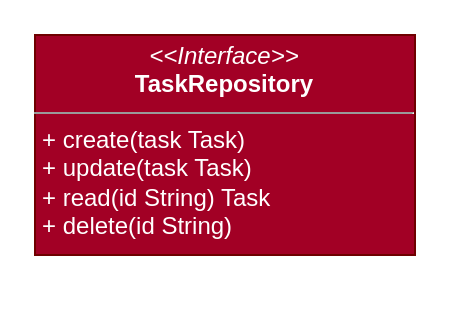
This is page "repositories" (3 of 3) of design.drawio from SpectralJager/life_controll_app, a draw.io file, before an edit. Source tidied: cells renumbered, new cells numbered last; positions are measured from the earlier drawing's top-left corner, leaving out a move shared by most shapes. Both pictures are drawn from the tidied source at 200%, with x=0, y=0 at pixel (34, 34).
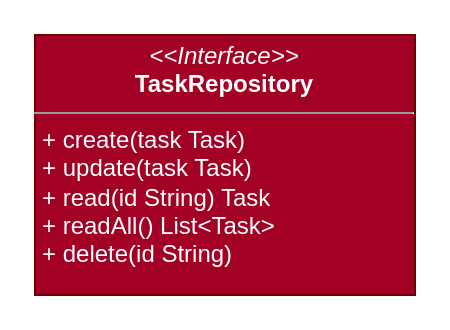
The same page after the edit.

The edit, as a diff of the source:
```diff
@@
 <mxGraphModel>
   <root>
     <mxCell id="0" />
     <mxCell id="1" parent="0" />
-    <mxCell id="2" value="&lt;p style=&quot;margin: 0px ; margin-top: 4px ; text-align: center&quot;&gt;&lt;i&gt;&amp;lt;&amp;lt;Interface&amp;gt;&amp;gt;&lt;/i&gt;&lt;br&gt;&lt;b&gt;TaskRepository&lt;/b&gt;&lt;/p&gt;&lt;hr size=&quot;1&quot;&gt;&lt;p style=&quot;margin: 0px ; margin-left: 4px&quot;&gt;+ create(task Task)&lt;/p&gt;&lt;p style=&quot;margin: 0px ; margin-left: 4px&quot;&gt;+ update(task Task)&lt;/p&gt;&lt;p style=&quot;margin: 0px ; margin-left: 4px&quot;&gt;+ read(id String) Task&lt;/p&gt;&lt;p style=&quot;margin: 0px ; margin-left: 4px&quot;&gt;+ delete(id String)&amp;nbsp;&lt;/p&gt;" style="verticalAlign=top;align=left;overflow=fill;fontSize=12;fontFamily=Helvetica;html=1;fillColor=#a20025;fontColor=#ffffff;strokeColor=#6F0000;" parent="1" vertex="1">
-      <mxGeometry width="190" height="110" as="geometry" />
+    <mxCell id="2" value="&lt;p style=&quot;margin: 0px ; margin-top: 4px ; text-align: center&quot;&gt;&lt;i&gt;&amp;lt;&amp;lt;Interface&amp;gt;&amp;gt;&lt;/i&gt;&lt;br&gt;&lt;b&gt;TaskRepository&lt;/b&gt;&lt;/p&gt;&lt;hr size=&quot;1&quot;&gt;&lt;p style=&quot;margin: 0px ; margin-left: 4px&quot;&gt;+ create(task Task)&lt;/p&gt;&lt;p style=&quot;margin: 0px ; margin-left: 4px&quot;&gt;+ update(task Task)&lt;/p&gt;&lt;p style=&quot;margin: 0px ; margin-left: 4px&quot;&gt;+ read(id String) Task&lt;/p&gt;&lt;p style=&quot;margin: 0px ; margin-left: 4px&quot;&gt;+ readAll() List&amp;lt;Task&amp;gt;&lt;/p&gt;&lt;p style=&quot;margin: 0px ; margin-left: 4px&quot;&gt;+ delete(id String)&amp;nbsp;&lt;/p&gt;" style="verticalAlign=top;align=left;overflow=fill;fontSize=12;fontFamily=Helvetica;html=1;fillColor=#a20025;fontColor=#ffffff;strokeColor=#6F0000;" parent="1" vertex="1">
+      <mxGeometry width="190" height="130" as="geometry" />
     </mxCell>
   </root>
 </mxGraphModel>
```
